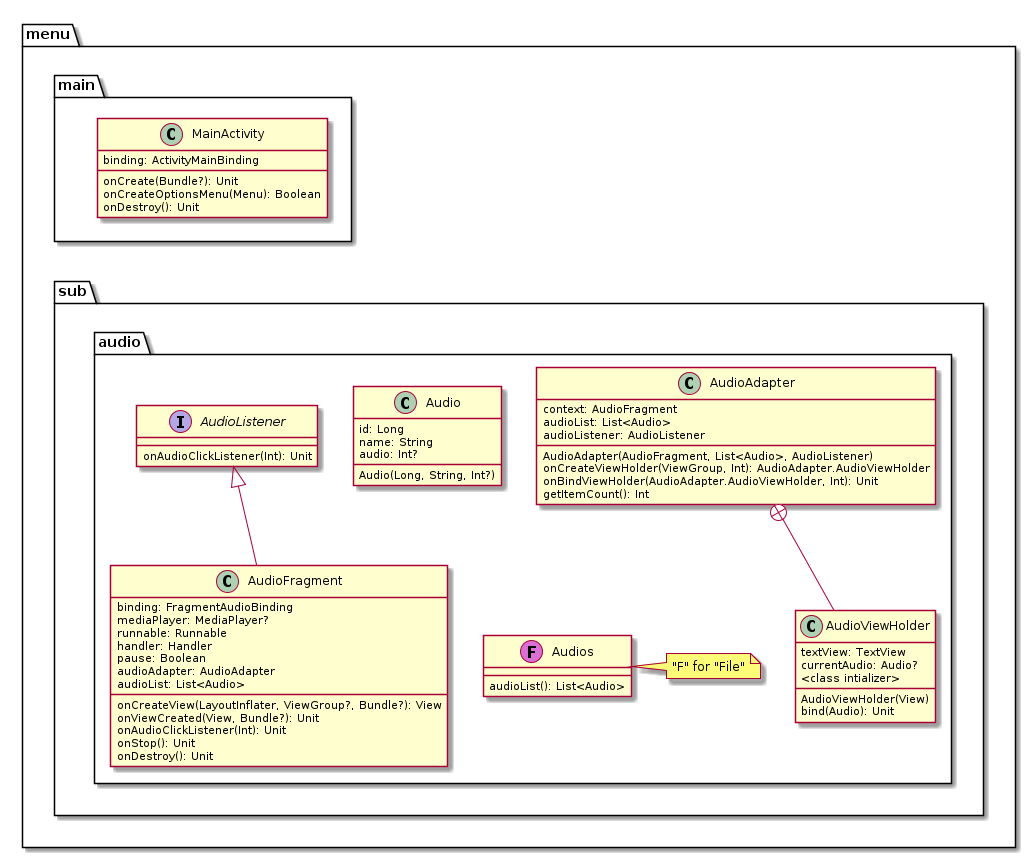
This is Documents/classesAudioUML_base.png from vertigonale/botify2, a PlantUML export, as it was before one commit.
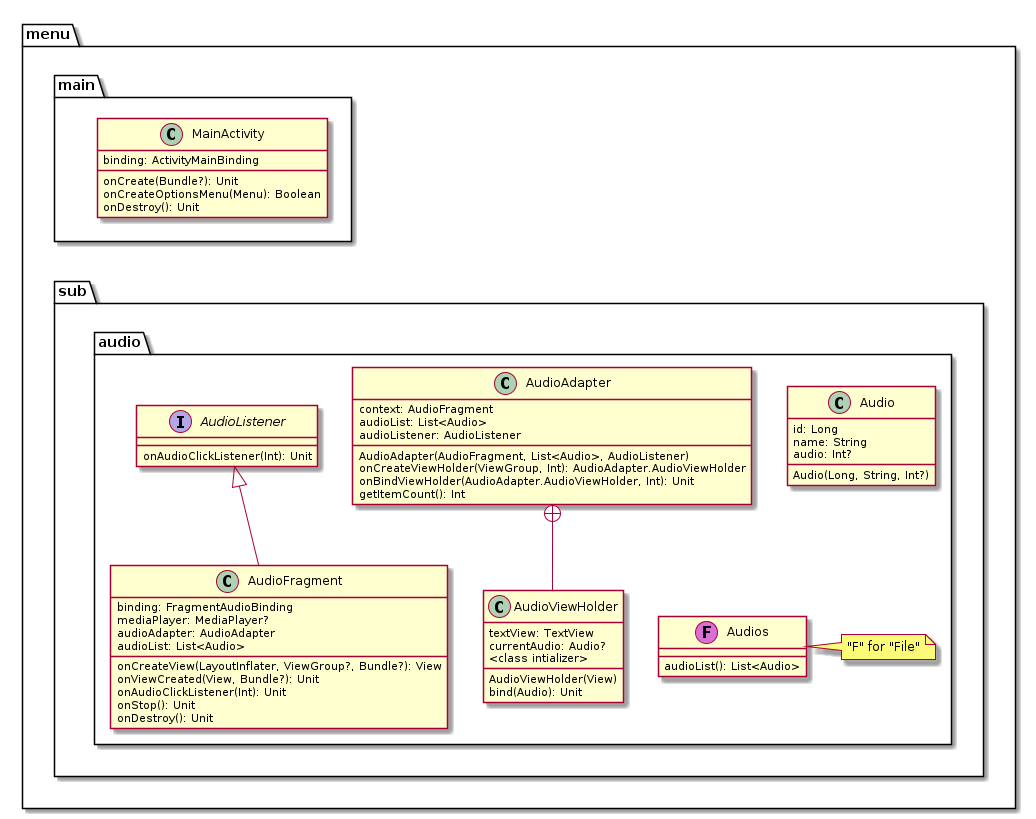
After the change.

Diff of the diagram source:
```diff
@@ -17,9 +17,6 @@
             class AudioFragment {
                 binding: FragmentAudioBinding
                 mediaPlayer: MediaPlayer?
-                runnable: Runnable
-                handler: Handler
-                pause: Boolean
                 audioAdapter: AudioAdapter
                 audioList: List<Audio>
                 onCreateView(LayoutInflater, ViewGroup?, Bundle?): View
@@ -70,5 +67,6 @@
     AudioAdapter +-- AudioViewHolder
 
     main-down[hidden]-sub
-    Audio-down[hidden]-Audios
+    Audio-[hidden]-> Audios
+    AudioAdapter-[hidden]>Audio
 @enduml
```
